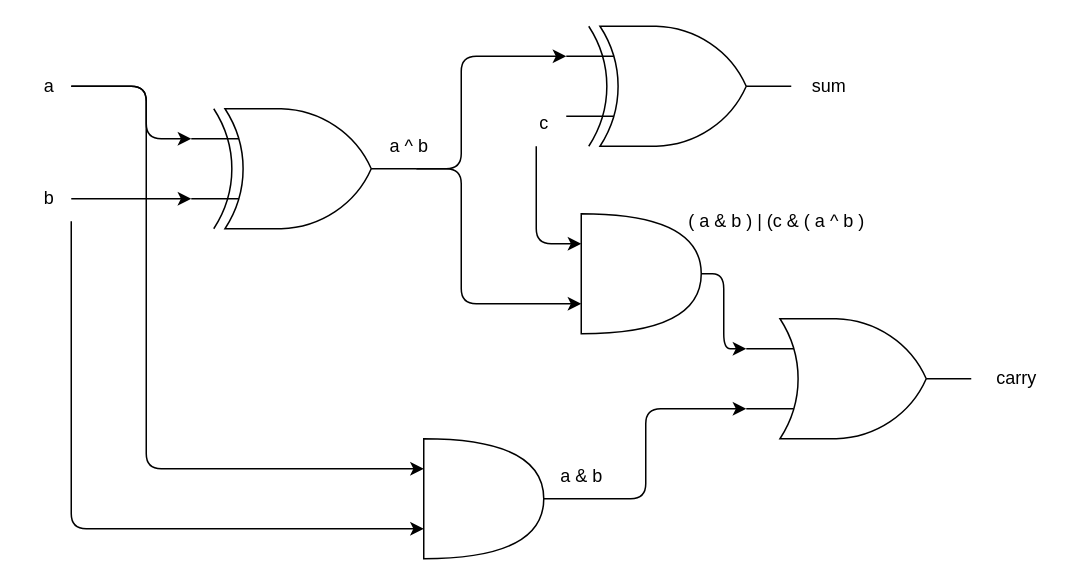
Above: Lab-2/docs/task2.drawio in talhaticx/DSD_2023_EE_174 (draw.io), before the change. Source tidied: cells renumbered, new cells numbered last; positions are measured from the earlier drawing's top-left corner, leaving out a move shared by most shapes. Both pictures are drawn from the tidied source at 150%, with x=0, y=0 at pixel (26, 26).
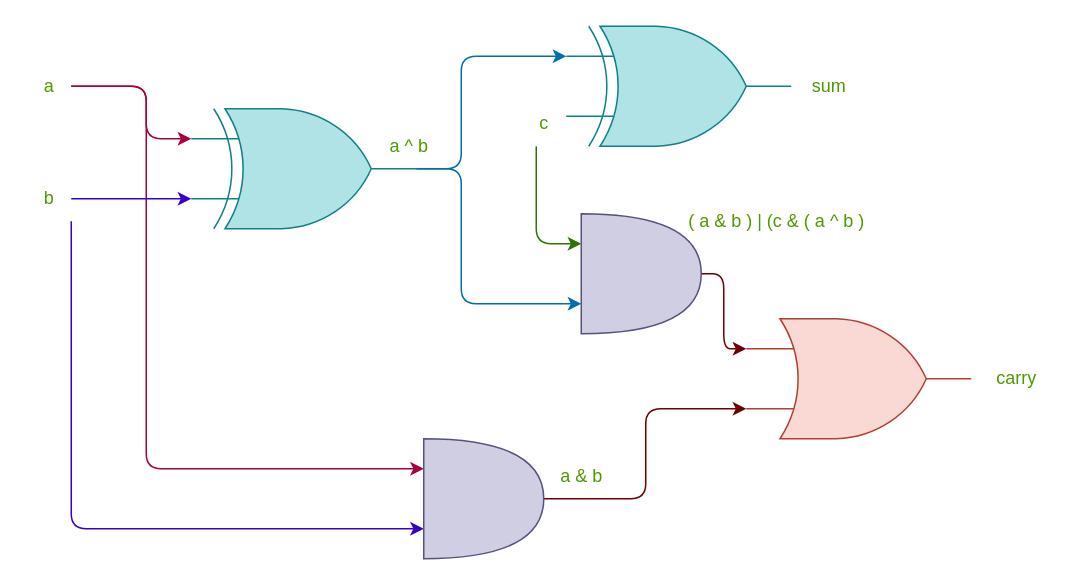
After the change.

Diff of the diagram source:
```diff
@@
-    <mxCell id="2" style="html=1;entryX=0;entryY=0.25;entryDx=0;entryDy=0;entryPerimeter=0;exitX=1;exitY=0.5;exitDx=0;exitDy=0;exitPerimeter=0;edgeStyle=elbowEdgeStyle;" parent="1" edge="1" source="4" target="5">
+    <mxCell id="2" style="html=1;entryX=0;entryY=0.25;entryDx=0;entryDy=0;entryPerimeter=0;exitX=1;exitY=0.5;exitDx=0;exitDy=0;exitPerimeter=0;edgeStyle=elbowEdgeStyle;fillColor=#1ba1e2;strokeColor=#006EAF;" parent="1" edge="1" source="4" target="5">
       <mxGeometry relative="1" as="geometry">
         <Array as="points">
           <mxPoint x="290" y="45" />
         </Array>
       </mxGeometry>
     </mxCell>
-    <mxCell id="3" style="edgeStyle=elbowEdgeStyle;html=1;exitX=1;exitY=0.5;exitDx=0;exitDy=0;exitPerimeter=0;entryX=0;entryY=0.75;entryDx=0;entryDy=0;entryPerimeter=0;" parent="1" edge="1" source="4" target="19">
+    <mxCell id="3" style="edgeStyle=elbowEdgeStyle;html=1;exitX=1;exitY=0.5;exitDx=0;exitDy=0;exitPerimeter=0;entryX=0;entryY=0.75;entryDx=0;entryDy=0;entryPerimeter=0;fillColor=#1ba1e2;strokeColor=#006EAF;" parent="1" edge="1" source="4" target="19">
       <mxGeometry relative="1" as="geometry">
         <Array as="points">
           <mxPoint x="290" y="95" />
         </Array>
       </mxGeometry>
     </mxCell>
-    <mxCell id="4" style="verticalLabelPosition=bottom;shadow=0;dashed=0;align=center;html=1;verticalAlign=top;shape=mxgraph.electrical.logic_gates.logic_gate;operation=xor;" parent="1" vertex="1">
+    <mxCell id="4" style="verticalLabelPosition=bottom;shadow=0;dashed=0;align=center;html=1;verticalAlign=top;shape=mxgraph.electrical.logic_gates.logic_gate;operation=xor;fillColor=#b0e3e6;strokeColor=#0e8088;" parent="1" vertex="1">
       <mxGeometry x="110" y="55" width="150" height="80" as="geometry" />
     </mxCell>
-    <mxCell id="5" style="verticalLabelPosition=bottom;shadow=0;dashed=0;align=center;html=1;verticalAlign=top;shape=mxgraph.electrical.logic_gates.logic_gate;operation=xor;" parent="1" vertex="1">
+    <mxCell id="5" style="verticalLabelPosition=bottom;shadow=0;dashed=0;align=center;html=1;verticalAlign=top;shape=mxgraph.electrical.logic_gates.logic_gate;operation=xor;fillColor=#b0e3e6;strokeColor=#0e8088;" parent="1" vertex="1">
       <mxGeometry x="360" width="150" height="80" as="geometry" />
     </mxCell>
-    <mxCell id="6" style="edgeStyle=elbowEdgeStyle;html=1;entryX=0;entryY=0.25;entryDx=0;entryDy=0;entryPerimeter=0;" parent="1" edge="1" source="8" target="4">
+    <mxCell id="6" style="edgeStyle=elbowEdgeStyle;html=1;entryX=0;entryY=0.25;entryDx=0;entryDy=0;entryPerimeter=0;fillColor=#d80073;strokeColor=#A50040;" parent="1" edge="1" source="8" target="4">
       <mxGeometry relative="1" as="geometry">
         <Array as="points">
           <mxPoint x="80" y="65" />
         </Array>
       </mxGeometry>
     </mxCell>
-    <mxCell id="7" style="edgeStyle=elbowEdgeStyle;html=1;entryX=0;entryY=0.25;entryDx=0;entryDy=0;entryPerimeter=0;" parent="1" edge="1" source="8" target="16">
+    <mxCell id="7" style="edgeStyle=elbowEdgeStyle;html=1;entryX=0;entryY=0.25;entryDx=0;entryDy=0;entryPerimeter=0;fillColor=#d80073;strokeColor=#A50040;" parent="1" edge="1" source="8" target="16">
       <mxGeometry relative="1" as="geometry">
         <Array as="points">
           <mxPoint x="80" y="185" />
           <mxPoint x="150" y="95" />
           <mxPoint x="150" y="165" />
         </Array>
       </mxGeometry>
     </mxCell>
-    <mxCell id="8" value="a" style="text;html=1;align=center;verticalAlign=middle;points=[];strokeColor=none;fillColor=none;" parent="1" vertex="1">
+    <mxCell id="8" value="&lt;font color=&quot;#4d9900&quot;&gt;a&lt;/font&gt;" style="text;html=1;align=center;verticalAlign=middle;points=[];strokeColor=none;fillColor=none;" parent="1" vertex="1">
       <mxGeometry y="25" width="30" height="30" as="geometry" />
     </mxCell>
-    <mxCell id="9" style="edgeStyle=elbowEdgeStyle;html=1;entryX=0;entryY=0.75;entryDx=0;entryDy=0;entryPerimeter=0;" parent="1" edge="1" source="11" target="4">
+    <mxCell id="9" style="edgeStyle=elbowEdgeStyle;html=1;entryX=0;entryY=0.75;entryDx=0;entryDy=0;entryPerimeter=0;fillColor=#6a00ff;strokeColor=#3700CC;" parent="1" edge="1" source="11" target="4">
       <mxGeometry relative="1" as="geometry" />
     </mxCell>
-    <mxCell id="10" style="edgeStyle=elbowEdgeStyle;html=1;entryX=0;entryY=0.75;entryDx=0;entryDy=0;entryPerimeter=0;" parent="1" edge="1" source="11" target="16">
+    <mxCell id="10" style="edgeStyle=elbowEdgeStyle;html=1;entryX=0;entryY=0.75;entryDx=0;entryDy=0;entryPerimeter=0;fillColor=#6a00ff;strokeColor=#3700CC;" parent="1" edge="1" source="11" target="16">
       <mxGeometry relative="1" as="geometry">
         <Array as="points">
           <mxPoint x="30" y="235" />
         </Array>
       </mxGeometry>
     </mxCell>
-    <mxCell id="11" value="b" style="text;html=1;align=center;verticalAlign=middle;points=[];strokeColor=none;fillColor=none;" parent="1" vertex="1">
+    <mxCell id="11" value="&lt;font color=&quot;#4d9900&quot;&gt;b&lt;/font&gt;" style="text;html=1;align=center;verticalAlign=middle;points=[];strokeColor=none;fillColor=none;" parent="1" vertex="1">
       <mxGeometry y="100" width="30" height="30" as="geometry" />
     </mxCell>
-    <mxCell id="12" style="edgeStyle=elbowEdgeStyle;html=1;entryX=0;entryY=0.25;entryDx=0;entryDy=0;entryPerimeter=0;" parent="1" edge="1" source="13" target="19">
+    <mxCell id="12" style="edgeStyle=elbowEdgeStyle;html=1;entryX=0;entryY=0.25;entryDx=0;entryDy=0;entryPerimeter=0;fillColor=#60a917;strokeColor=#2D7600;" parent="1" edge="1" source="13" target="19">
       <mxGeometry relative="1" as="geometry">
         <Array as="points">
           <mxPoint x="340" y="115" />
           <mxPoint x="405" y="105" />
         </Array>
       </mxGeometry>
     </mxCell>
-    <mxCell id="13" value="c" style="text;html=1;align=center;verticalAlign=middle;points=[];strokeColor=none;fillColor=none;" parent="1" vertex="1">
+    <mxCell id="13" value="&lt;font color=&quot;#4d9900&quot;&gt;c&lt;/font&gt;" style="text;html=1;align=center;verticalAlign=middle;points=[];strokeColor=none;fillColor=none;" parent="1" vertex="1">
       <mxGeometry x="330" y="50" width="30" height="30" as="geometry" />
     </mxCell>
-    <mxCell id="14" value="sum" style="text;html=1;align=center;verticalAlign=middle;strokeColor=none;fillColor=none;" parent="1" vertex="1">
+    <mxCell id="14" value="&lt;font color=&quot;#4d9900&quot;&gt;sum&lt;/font&gt;" style="text;html=1;align=center;verticalAlign=middle;strokeColor=none;fillColor=none;" parent="1" vertex="1">
       <mxGeometry x="510" y="25" width="50" height="30" as="geometry" />
     </mxCell>
-    <mxCell id="15" style="edgeStyle=elbowEdgeStyle;html=1;exitX=1;exitY=0.5;exitDx=0;exitDy=0;exitPerimeter=0;entryX=0;entryY=0.75;entryDx=0;entryDy=0;entryPerimeter=0;" parent="1" edge="1" source="16" target="17">
+    <mxCell id="15" style="edgeStyle=elbowEdgeStyle;html=1;exitX=1;exitY=0.5;exitDx=0;exitDy=0;exitPerimeter=0;entryX=0;entryY=0.75;entryDx=0;entryDy=0;entryPerimeter=0;fillColor=#a20025;strokeColor=#6F0000;" parent="1" edge="1" source="16" target="17">
       <mxGeometry relative="1" as="geometry" />
     </mxCell>
-    <mxCell id="16" style="shape=or;whiteSpace=wrap;html=1;" parent="1" vertex="1">
+    <mxCell id="16" style="shape=or;whiteSpace=wrap;html=1;fillColor=#d0cee2;strokeColor=#56517e;" parent="1" vertex="1">
       <mxGeometry x="265" y="275" width="80" height="80" as="geometry" />
     </mxCell>
-    <mxCell id="17" style="verticalLabelPosition=bottom;shadow=0;dashed=0;align=center;html=1;verticalAlign=top;shape=mxgraph.electrical.logic_gates.logic_gate;operation=or;" parent="1" vertex="1">
+    <mxCell id="17" style="verticalLabelPosition=bottom;shadow=0;dashed=0;align=center;html=1;verticalAlign=top;shape=mxgraph.electrical.logic_gates.logic_gate;operation=or;fillColor=#fad9d5;strokeColor=#ae4132;" parent="1" vertex="1">
       <mxGeometry x="480" y="195" width="150" height="80" as="geometry" />
     </mxCell>
-    <mxCell id="18" style="edgeStyle=elbowEdgeStyle;html=1;exitX=1;exitY=0.5;exitDx=0;exitDy=0;exitPerimeter=0;entryX=0;entryY=0.25;entryDx=0;entryDy=0;entryPerimeter=0;" parent="1" edge="1" source="19" target="17">
+    <mxCell id="18" style="edgeStyle=elbowEdgeStyle;html=1;exitX=1;exitY=0.5;exitDx=0;exitDy=0;exitPerimeter=0;entryX=0;entryY=0.25;entryDx=0;entryDy=0;entryPerimeter=0;fillColor=#a20025;strokeColor=#6F0000;" parent="1" edge="1" source="19" target="17">
       <mxGeometry relative="1" as="geometry" />
     </mxCell>
-    <mxCell id="19" style="shape=or;whiteSpace=wrap;html=1;" parent="1" vertex="1">
+    <mxCell id="19" style="shape=or;whiteSpace=wrap;html=1;fillColor=#d0cee2;strokeColor=#56517e;" parent="1" vertex="1">
       <mxGeometry x="370" y="125" width="80" height="80" as="geometry" />
     </mxCell>
-    <mxCell id="20" value="a ^ b" style="text;html=1;align=center;verticalAlign=middle;strokeColor=none;fillColor=none;" parent="1" vertex="1">
+    <mxCell id="20" value="&lt;font color=&quot;#4d9900&quot;&gt;a ^ b&lt;/font&gt;" style="text;html=1;align=center;verticalAlign=middle;strokeColor=none;fillColor=none;" parent="1" vertex="1">
       <mxGeometry x="230" y="65" width="50" height="30" as="geometry" />
     </mxCell>
-    <mxCell id="21" value="a &amp;amp; b" style="text;html=1;align=center;verticalAlign=middle;strokeColor=none;fillColor=none;" parent="1" vertex="1">
+    <mxCell id="21" value="&lt;font color=&quot;#4d9900&quot;&gt;a &amp;amp; b&lt;/font&gt;" style="text;html=1;align=center;verticalAlign=middle;strokeColor=none;fillColor=none;" parent="1" vertex="1">
       <mxGeometry x="345" y="285" width="50" height="30" as="geometry" />
     </mxCell>
-    <mxCell id="22" value="carry" style="text;html=1;align=center;verticalAlign=middle;strokeColor=none;fillColor=none;" parent="1" vertex="1">
+    <mxCell id="22" value="&lt;font color=&quot;#4d9900&quot;&gt;carry&lt;/font&gt;" style="text;html=1;align=center;verticalAlign=middle;strokeColor=none;fillColor=none;" parent="1" vertex="1">
       <mxGeometry x="635" y="220" width="50" height="30" as="geometry" />
     </mxCell>
-    <mxCell id="23" value="( a &amp;amp; b ) | (c &amp;amp; ( a ^ b )" style="text;html=1;align=center;verticalAlign=middle;strokeColor=none;fillColor=none;" parent="1" vertex="1">
+    <mxCell id="23" value="&lt;font color=&quot;#4d9900&quot;&gt;( a &amp;amp; b ) | (c &amp;amp; ( a ^ b )&lt;/font&gt;" style="text;html=1;align=center;verticalAlign=middle;strokeColor=none;fillColor=none;" parent="1" vertex="1">
       <mxGeometry x="430" y="115" width="140" height="30" as="geometry" />
     </mxCell>
```
